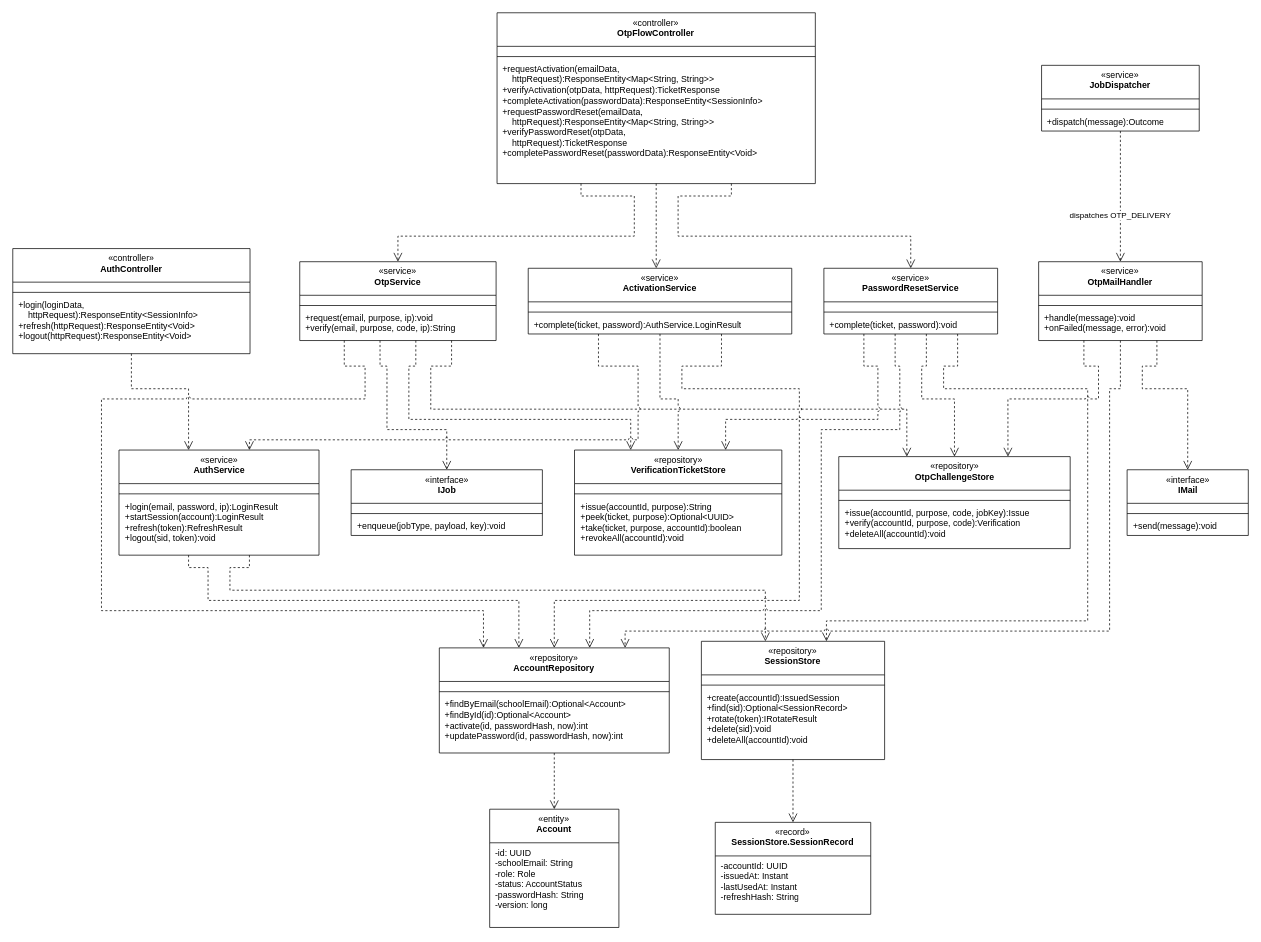
hygef-v4/AI-Powered-Learning-Platform keeps this draw.io diagram as page "Authentication - Layered Design Classes" (1 of 6) of docs/class-diagrams.drawio. Above is the earlier version. Source tidied: cells renumbered, new cells numbered last; positions are measured from the earlier drawing's top-left corner, leaving out a move shared by most shapes. Both pictures are drawn from the tidied source at 73%, with x=0, y=0 at pixel (12, 12).
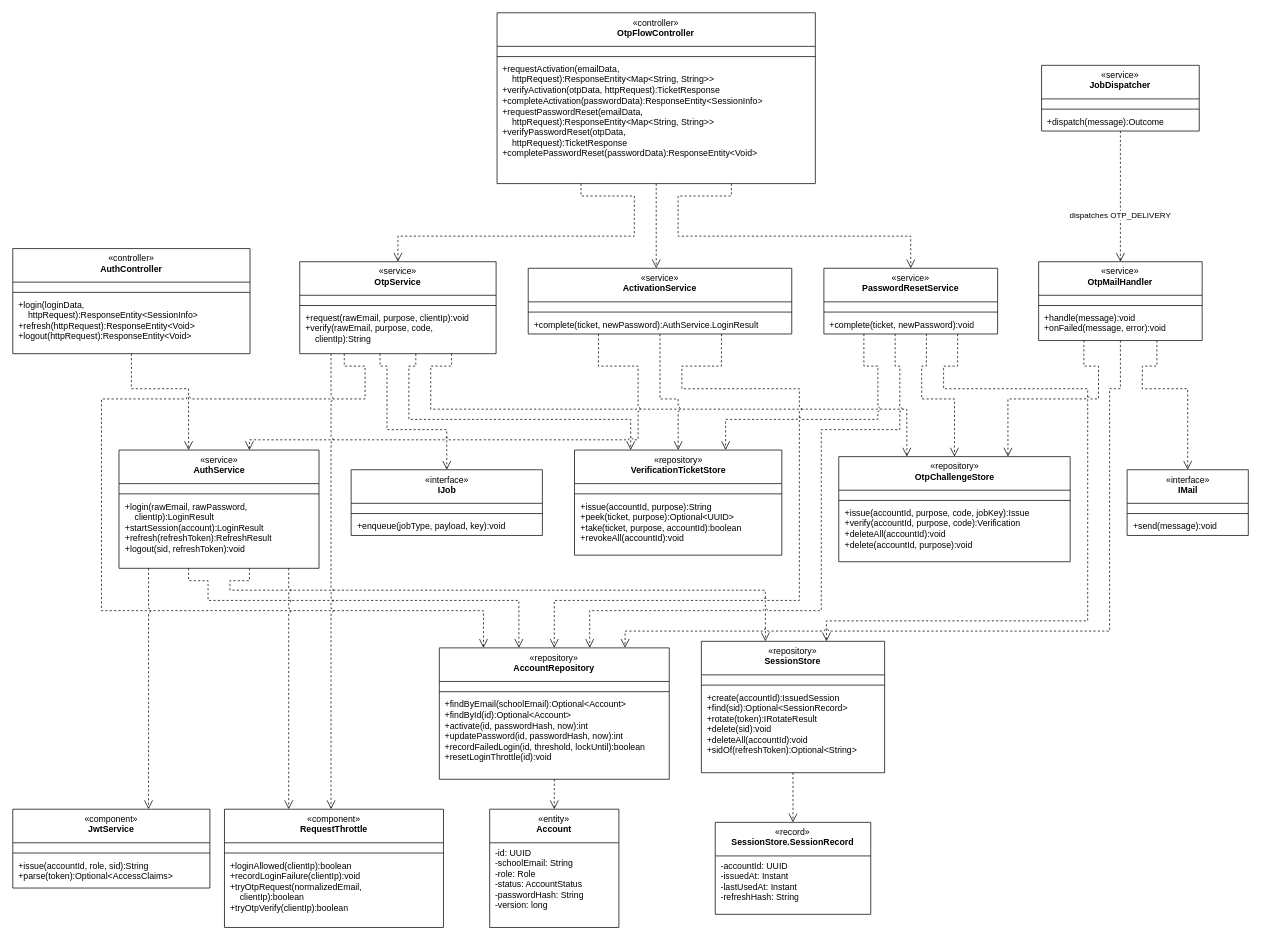
After the change.

Commit message (it also covers changes not shown here):
docs: redraw Authentication class and sequence diagrams from code

Class diagram adds the missing store/repository methods, JwtService and
RequestThrottle, and uses the code's parameter names. Activate Account,
Login, Logout and Reset Password sequences now show ticket store,
throttle and session store calls, transaction frames and the error
branches. Matches the images in Report 4 II.1 (KAN-195). Audit log
records the report and Jira updates.

The change refers to these unchanged cells:
```xml
<mxCell id="18" value="«service»&lt;br&gt;&lt;b&gt;ActivationService&lt;/b&gt;" style="swimlane;fontStyle=0;align=center;verticalAlign=top;horizontal=1;startSize=46;html=1;whiteSpace=wrap;" parent="1" vertex="1">
  <mxGeometry x="706.1" y="350" width="361" height="90" as="geometry" />
</mxCell>
<mxCell id="22" value="«service»&lt;br&gt;&lt;b&gt;PasswordResetService&lt;/b&gt;" style="swimlane;fontStyle=0;align=center;verticalAlign=top;horizontal=1;startSize=46;html=1;whiteSpace=wrap;" parent="1" vertex="1">
  <mxGeometry x="1111.1" y="350" width="238" height="90" as="geometry" />
</mxCell>
```

The edit, as a diff of the source:
```diff
@@
     <mxCell id="10" value="«service»&lt;br&gt;&lt;b&gt;AuthService&lt;/b&gt;" style="swimlane;fontStyle=0;align=center;verticalAlign=top;horizontal=1;startSize=46;html=1;whiteSpace=wrap;" parent="1" vertex="1">
-      <mxGeometry x="145.5" y="599" width="274" height="144" as="geometry" />
+      <mxGeometry x="145.5" y="599" width="274" height="162" as="geometry" />
     </mxCell>
@@
-    <mxCell id="13" value="+login(email, password, ip):LoginResult&lt;br&gt;+startSession(account):LoginResult&lt;br&gt;+refresh(token):RefreshResult&lt;br&gt;+logout(sid, token):void" style="text;strokeColor=none;fillColor=none;align=left;verticalAlign=top;spacingLeft=6;spacingRight=4;overflow=hidden;whiteSpace=wrap;html=1;" parent="10" vertex="1">
-      <mxGeometry y="64" width="274" height="80" as="geometry" />
+    <mxCell id="13" value="+login(rawEmail, rawPassword,&lt;br&gt;&amp;nbsp;&amp;nbsp;&amp;nbsp;&amp;nbsp;clientIp):LoginResult&lt;br&gt;+startSession(account):LoginResult&lt;br&gt;+refresh(refreshToken):RefreshResult&lt;br&gt;+logout(sid, refreshToken):void" style="text;strokeColor=none;fillColor=none;align=left;verticalAlign=top;spacingLeft=6;spacingRight=4;overflow=hidden;whiteSpace=wrap;html=1;" parent="10" vertex="1">
+      <mxGeometry y="64" width="274" height="98" as="geometry" />
     </mxCell>
     <mxCell id="14" value="«service»&lt;br&gt;&lt;b&gt;OtpService&lt;/b&gt;" style="swimlane;fontStyle=0;align=center;verticalAlign=top;horizontal=1;startSize=46;html=1;whiteSpace=wrap;" parent="1" vertex="1">
-      <mxGeometry x="393.1" y="341" width="269" height="108" as="geometry" />
+      <mxGeometry x="393.1" y="341" width="269" height="126" as="geometry" />
     </mxCell>
@@
-    <mxCell id="17" value="+request(email, purpose, ip):void&lt;br&gt;+verify(email, purpose, code, ip):String" style="text;strokeColor=none;fillColor=none;align=left;verticalAlign=top;spacingLeft=6;spacingRight=4;overflow=hidden;whiteSpace=wrap;html=1;" parent="14" vertex="1">
-      <mxGeometry y="64" width="269" height="44" as="geometry" />
+    <mxCell id="17" value="+request(rawEmail, purpose, clientIp):void&lt;br&gt;+verify(rawEmail, purpose, code,&lt;br&gt;&amp;nbsp;&amp;nbsp;&amp;nbsp;&amp;nbsp;clientIp):String" style="text;strokeColor=none;fillColor=none;align=left;verticalAlign=top;spacingLeft=6;spacingRight=4;overflow=hidden;whiteSpace=wrap;html=1;" parent="14" vertex="1">
+      <mxGeometry y="64" width="269" height="62" as="geometry" />
     </mxCell>
@@
-    <mxCell id="21" value="+complete(ticket, password):AuthService.LoginResult" style="text;strokeColor=none;fillColor=none;align=left;verticalAlign=top;spacingLeft=6;spacingRight=4;overflow=hidden;whiteSpace=wrap;html=1;" parent="18" vertex="1">
+    <mxCell id="21" value="+complete(ticket, newPassword):AuthService.LoginResult" style="text;strokeColor=none;fillColor=none;align=left;verticalAlign=top;spacingLeft=6;spacingRight=4;overflow=hidden;whiteSpace=wrap;html=1;" parent="18" vertex="1">
       <mxGeometry y="64" width="361" height="26" as="geometry" />
     </mxCell>
@@
-    <mxCell id="25" value="+complete(ticket, password):void" style="text;strokeColor=none;fillColor=none;align=left;verticalAlign=top;spacingLeft=6;spacingRight=4;overflow=hidden;whiteSpace=wrap;html=1;" parent="22" vertex="1">
+    <mxCell id="25" value="+complete(ticket, newPassword):void" style="text;strokeColor=none;fillColor=none;align=left;verticalAlign=top;spacingLeft=6;spacingRight=4;overflow=hidden;whiteSpace=wrap;html=1;" parent="22" vertex="1">
       <mxGeometry y="64" width="238" height="26" as="geometry" />
     </mxCell>
     <mxCell id="26" value="«repository»&lt;br&gt;&lt;b&gt;AccountRepository&lt;/b&gt;" style="swimlane;fontStyle=0;align=center;verticalAlign=top;horizontal=1;startSize=46;html=1;whiteSpace=wrap;" parent="1" vertex="1">
-      <mxGeometry x="584.3" y="870" width="315" height="144" as="geometry" />
+      <mxGeometry x="584.3" y="870" width="315" height="180" as="geometry" />
     </mxCell>
@@
-    <mxCell id="29" value="+findByEmail(schoolEmail):Optional&amp;lt;Account&amp;gt;&lt;br&gt;+findById(id):Optional&amp;lt;Account&amp;gt;&lt;br&gt;+activate(id, passwordHash, now):int&lt;br&gt;+updatePassword(id, passwordHash, now):int" style="text;strokeColor=none;fillColor=none;align=left;verticalAlign=top;spacingLeft=6;spacingRight=4;overflow=hidden;whiteSpace=wrap;html=1;" parent="26" vertex="1">
-      <mxGeometry y="64" width="315" height="80" as="geometry" />
+    <mxCell id="29" value="+findByEmail(schoolEmail):Optional&amp;lt;Account&amp;gt;&lt;br&gt;+findById(id):Optional&amp;lt;Account&amp;gt;&lt;br&gt;+activate(id, passwordHash, now):int&lt;br&gt;+updatePassword(id, passwordHash, now):int&lt;br&gt;+recordFailedLogin(id, threshold, lockUntil):boolean&lt;br&gt;+resetLoginThrottle(id):void" style="text;strokeColor=none;fillColor=none;align=left;verticalAlign=top;spacingLeft=6;spacingRight=4;overflow=hidden;whiteSpace=wrap;html=1;" parent="26" vertex="1">
+      <mxGeometry y="64" width="315" height="116" as="geometry" />
     </mxCell>
     <mxCell id="30" value="«repository»&lt;br&gt;&lt;b&gt;SessionStore&lt;/b&gt;" style="swimlane;fontStyle=0;align=center;verticalAlign=top;horizontal=1;startSize=46;html=1;whiteSpace=wrap;" parent="1" vertex="1">
-      <mxGeometry x="943.3" y="861" width="251" height="162" as="geometry" />
+      <mxGeometry x="943.3" y="861" width="251" height="180" as="geometry" />
     </mxCell>
@@
-    <mxCell id="33" value="+create(accountId):IssuedSession&lt;br&gt;+find(sid):Optional&amp;lt;SessionRecord&amp;gt;&lt;br&gt;+rotate(token):IRotateResult&lt;br&gt;+delete(sid):void&lt;br&gt;+deleteAll(accountId):void" style="text;strokeColor=none;fillColor=none;align=left;verticalAlign=top;spacingLeft=6;spacingRight=4;overflow=hidden;whiteSpace=wrap;html=1;" parent="30" vertex="1">
-      <mxGeometry y="64" width="251" height="98" as="geometry" />
+    <mxCell id="33" value="+create(accountId):IssuedSession&lt;br&gt;+find(sid):Optional&amp;lt;SessionRecord&amp;gt;&lt;br&gt;+rotate(token):IRotateResult&lt;br&gt;+delete(sid):void&lt;br&gt;+deleteAll(accountId):void&lt;br&gt;+sidOf(refreshToken):Optional&amp;lt;String&amp;gt;" style="text;strokeColor=none;fillColor=none;align=left;verticalAlign=top;spacingLeft=6;spacingRight=4;overflow=hidden;whiteSpace=wrap;html=1;" parent="30" vertex="1">
+      <mxGeometry y="64" width="251" height="116" as="geometry" />
     </mxCell>
     <mxCell id="34" value="«repository»&lt;br&gt;&lt;b&gt;OtpChallengeStore&lt;/b&gt;" style="swimlane;fontStyle=0;align=center;verticalAlign=top;horizontal=1;startSize=46;html=1;whiteSpace=wrap;" parent="1" vertex="1">
-      <mxGeometry x="1131.5" y="608" width="317" height="126" as="geometry" />
+      <mxGeometry x="1131.5" y="608" width="317" height="144" as="geometry" />
     </mxCell>
@@
-    <mxCell id="37" value="+issue(accountId, purpose, code, jobKey):Issue&lt;br&gt;+verify(accountId, purpose, code):Verification&lt;br&gt;+deleteAll(accountId):void" style="text;strokeColor=none;fillColor=none;align=left;verticalAlign=top;spacingLeft=6;spacingRight=4;overflow=hidden;whiteSpace=wrap;html=1;" parent="34" vertex="1">
-      <mxGeometry y="64" width="317" height="62" as="geometry" />
+    <mxCell id="37" value="+issue(accountId, purpose, code, jobKey):Issue&lt;br&gt;+verify(accountId, purpose, code):Verification&lt;br&gt;+deleteAll(accountId):void&lt;br&gt;+delete(accountId, purpose):void" style="text;strokeColor=none;fillColor=none;align=left;verticalAlign=top;spacingLeft=6;spacingRight=4;overflow=hidden;whiteSpace=wrap;html=1;" parent="34" vertex="1">
+      <mxGeometry y="64" width="317" height="80" as="geometry" />
     </mxCell>
@@
     <mxCell id="66" style="html=1;rounded=0;fontSize=11;labelBackgroundColor=#ffffff;jumpStyle=arc;jumpSize=6;endSize=10;startSize=10;endArrow=open;endFill=0;dashed=1;exitX=0.3479;exitY=1;exitDx=0;exitDy=0;exitPerimeter=0;entryX=0.346;entryY=0;entryDx=0;entryDy=0;entryPerimeter=0;" parent="1" edge="1" source="10" target="26">
       <mxGeometry relative="1" as="geometry">
         <Array as="points">
-          <mxPoint x="240.8" y="760" />
-          <mxPoint x="267.5" y="760" />
+          <mxPoint x="240.8" y="778" />
+          <mxPoint x="267.5" y="778" />
           <mxPoint x="267.5" y="805" />
           <mxPoint x="693.3" y="805" />
         </Array>
       </mxGeometry>
     </mxCell>
     <mxCell id="67" style="html=1;rounded=0;fontSize=11;labelBackgroundColor=#ffffff;jumpStyle=arc;jumpSize=6;endSize=10;startSize=10;endArrow=open;endFill=0;dashed=1;exitX=0.6521;exitY=1;exitDx=0;exitDy=0;exitPerimeter=0;entryX=0.3493;entryY=0;entryDx=0;entryDy=0;entryPerimeter=0;" parent="1" edge="1" source="10" target="30">
       <mxGeometry relative="1" as="geometry">
         <Array as="points">
-          <mxPoint x="324.2" y="760" />
-          <mxPoint x="297.5" y="760" />
+          <mxPoint x="324.2" y="778" />
+          <mxPoint x="297.5" y="778" />
           <mxPoint x="297.5" y="791" />
           <mxPoint x="1030.9" y="791" />
         </Array>
       </mxGeometry>
     </mxCell>
@@
+    <mxCell id="85" value="«component»&lt;br&gt;&lt;b&gt;JwtService&lt;/b&gt;" style="swimlane;fontStyle=0;align=center;verticalAlign=top;horizontal=1;startSize=46;html=1;whiteSpace=wrap;" parent="1" vertex="1">
+      <mxGeometry y="1091" width="270" height="108" as="geometry" />
+    </mxCell>
+    <mxCell id="86" style="text;strokeColor=none;fillColor=none;align=left;verticalAlign=top;spacingLeft=6;spacingRight=4;overflow=hidden;whiteSpace=wrap;html=1;" parent="85" vertex="1">
+      <mxGeometry y="46" width="270" height="10" as="geometry" />
+    </mxCell>
+    <mxCell id="87" style="line;strokeWidth=1;fillColor=none;align=left;verticalAlign=middle;spacingTop=-1;spacingLeft=3;spacingRight=3;labelPosition=right;strokeColor=inherit;" parent="85" vertex="1">
+      <mxGeometry y="56" width="270" height="8" as="geometry" />
+    </mxCell>
+    <mxCell id="88" value="+issue(accountId, role, sid):String&lt;br&gt;+parse(token):Optional&amp;lt;AccessClaims&amp;gt;" style="text;strokeColor=none;fillColor=none;align=left;verticalAlign=top;spacingLeft=6;spacingRight=4;overflow=hidden;whiteSpace=wrap;html=1;" parent="85" vertex="1">
+      <mxGeometry y="64" width="270" height="44" as="geometry" />
+    </mxCell>
+    <mxCell id="89" value="«component»&lt;br&gt;&lt;b&gt;RequestThrottle&lt;/b&gt;" style="swimlane;fontStyle=0;align=center;verticalAlign=top;horizontal=1;startSize=46;html=1;whiteSpace=wrap;" parent="1" vertex="1">
+      <mxGeometry x="290" y="1091" width="300" height="162" as="geometry" />
+    </mxCell>
+    <mxCell id="90" style="text;strokeColor=none;fillColor=none;align=left;verticalAlign=top;spacingLeft=6;spacingRight=4;overflow=hidden;whiteSpace=wrap;html=1;" parent="89" vertex="1">
+      <mxGeometry y="46" width="300" height="10" as="geometry" />
+    </mxCell>
+    <mxCell id="91" style="line;strokeWidth=1;fillColor=none;align=left;verticalAlign=middle;spacingTop=-1;spacingLeft=3;spacingRight=3;labelPosition=right;strokeColor=inherit;" parent="89" vertex="1">
+      <mxGeometry y="56" width="300" height="8" as="geometry" />
+    </mxCell>
+    <mxCell id="92" value="+loginAllowed(clientIp):boolean&lt;br&gt;+recordLoginFailure(clientIp):void&lt;br&gt;+tryOtpRequest(normalizedEmail,&lt;br&gt;&amp;nbsp;&amp;nbsp;&amp;nbsp;&amp;nbsp;clientIp):boolean&lt;br&gt;+tryOtpVerify(clientIp):boolean" style="text;strokeColor=none;fillColor=none;align=left;verticalAlign=top;spacingLeft=6;spacingRight=4;overflow=hidden;whiteSpace=wrap;html=1;" parent="89" vertex="1">
+      <mxGeometry y="64" width="300" height="98" as="geometry" />
+    </mxCell>
+    <mxCell id="93" style="html=1;rounded=0;fontSize=11;labelBackgroundColor=#ffffff;jumpStyle=arc;jumpSize=6;endSize=10;startSize=10;endArrow=open;endFill=0;dashed=1;exitX=0.1478;exitY=1;exitDx=0;exitDy=0;exitPerimeter=0;entryX=0.6889;entryY=0;entryDx=0;entryDy=0;entryPerimeter=0;" parent="1" edge="1" source="10" target="85">
+      <mxGeometry relative="1" as="geometry" />
+    </mxCell>
+    <mxCell id="94" style="html=1;rounded=0;fontSize=11;labelBackgroundColor=#ffffff;jumpStyle=arc;jumpSize=6;endSize=10;startSize=10;endArrow=open;endFill=0;dashed=1;exitX=0.8485;exitY=1;exitDx=0;exitDy=0;exitPerimeter=0;entryX=0.2933;entryY=0;entryDx=0;entryDy=0;entryPerimeter=0;" parent="1" edge="1" source="10" target="89">
+      <mxGeometry relative="1" as="geometry" />
+    </mxCell>
+    <mxCell id="95" style="html=1;rounded=0;fontSize=11;labelBackgroundColor=#ffffff;jumpStyle=arc;jumpSize=6;endSize=10;startSize=10;endArrow=open;endFill=0;dashed=1;exitX=0.1595;exitY=1;exitDx=0;exitDy=0;exitPerimeter=0;entryX=0.4867;entryY=0;entryDx=0;entryDy=0;entryPerimeter=0;" parent="1" edge="1" source="14" target="89">
+      <mxGeometry relative="1" as="geometry" />
+    </mxCell>
```
